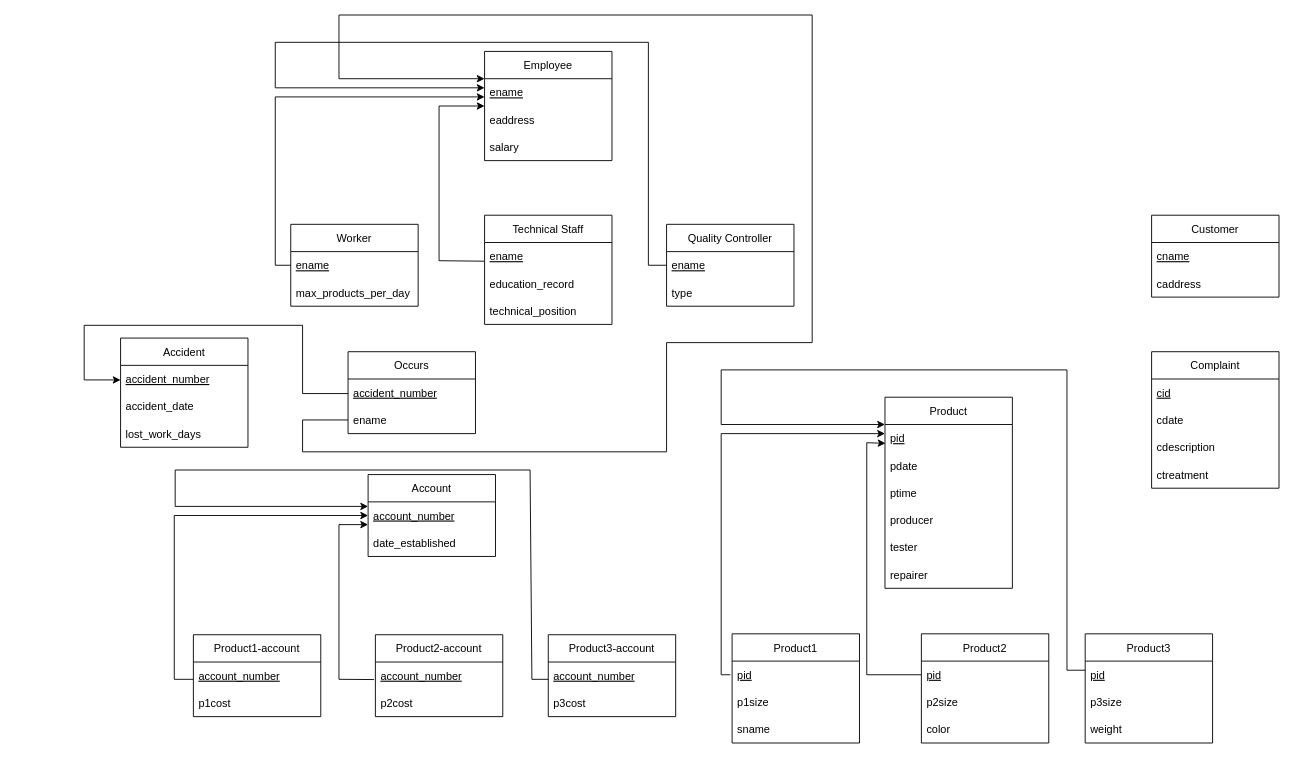
The draw.io diagram schema_diagram.drawio in starrycode/ER-Diagrams, before the edit. Source tidied: cells renumbered, new cells numbered last; positions are measured from the earlier drawing's top-left corner, leaving out a move shared by most shapes. Both pictures are drawn from the tidied source at 91%, with x=0, y=0 at pixel (84, 15).
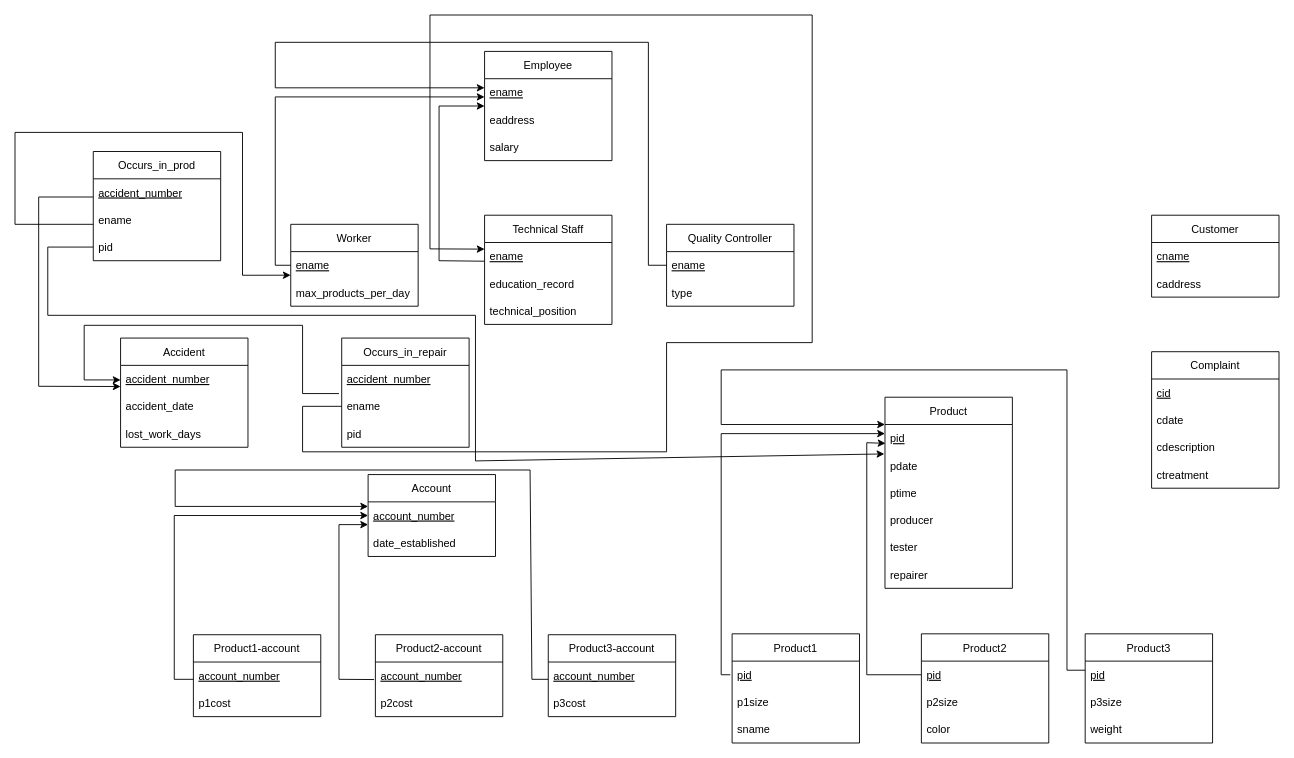
Above is the later version.

Unchanged cells that the change refers to:
```xml
<mxCell id="6" value="ename" style="text;strokeColor=none;fillColor=none;align=left;verticalAlign=middle;spacingLeft=4;spacingRight=4;overflow=hidden;points=[[0,0.5],[1,0.5]];portConstraint=eastwest;fontStyle=4;" parent="5" vertex="1">
  <mxGeometry y="30" width="140" height="30" as="geometry" />
</mxCell>
<mxCell id="14" value="pdate" style="text;strokeColor=none;fillColor=none;align=left;verticalAlign=middle;spacingLeft=4;spacingRight=4;overflow=hidden;points=[[0,0.5],[1,0.5]];portConstraint=eastwest;fontStyle=0;" parent="12" vertex="1">
  <mxGeometry y="60" width="140" height="30" as="geometry" />
</mxCell>
<mxCell id="29" value="accident_date" style="text;strokeColor=none;fillColor=none;align=left;verticalAlign=middle;spacingLeft=4;spacingRight=4;overflow=hidden;points=[[0,0.5],[1,0.5]];portConstraint=eastwest;fontStyle=0;" parent="27" vertex="1">
  <mxGeometry y="60" width="140" height="30" as="geometry" />
</mxCell>
<mxCell id="33" value="ename" style="text;strokeColor=none;fillColor=none;align=left;verticalAlign=middle;spacingLeft=4;spacingRight=4;overflow=hidden;points=[[0,0.5],[1,0.5]];portConstraint=eastwest;fontStyle=0;" parent="31" vertex="1">
  <mxGeometry y="60" width="140" height="30" as="geometry" />
</mxCell>
<mxCell id="48" value="ename" style="text;strokeColor=none;fillColor=none;align=left;verticalAlign=middle;spacingLeft=4;spacingRight=4;overflow=hidden;points=[[0,0.5],[1,0.5]];portConstraint=eastwest;fontStyle=4;" parent="47" vertex="1">
  <mxGeometry y="30" width="140" height="30" as="geometry" />
</mxCell>
```

What changed in the source:
```diff
@@
-    <mxCell id="31" value="Occurs" style="swimlane;fontStyle=0;horizontal=1;startSize=30;" parent="1" vertex="1">
-      <mxGeometry x="290" y="370" width="140" height="90" as="geometry" />
+    <mxCell id="31" value="Occurs_in_repair" style="swimlane;fontStyle=0;horizontal=1;startSize=30;" parent="1" vertex="1">
+      <mxGeometry x="283" y="355" width="140" height="120" as="geometry" />
     </mxCell>
@@
+    <mxCell id="73" value="pid" style="text;strokeColor=none;fillColor=none;align=left;verticalAlign=middle;spacingLeft=4;spacingRight=4;overflow=hidden;fontStyle=0;" parent="31" vertex="1">
+      <mxGeometry y="90" width="140" height="30" as="geometry" />
+    </mxCell>
@@
-    <mxCell id="65" style="endArrow=classic;html=1;rounded=0;exitX=0;exitY=0.5;exitDx=0;exitDy=0;" parent="1" edge="1">
+    <mxCell id="65" style="endArrow=classic;html=1;rounded=0;" parent="1" edge="1">
       <mxGeometry relative="1" as="geometry">
-        <mxPoint x="290" y="416" as="sourcePoint" />
+        <mxPoint x="280" y="416" as="sourcePoint" />
         <mxPoint x="40" y="401" as="targetPoint" />
         <Array as="points">
           <mxPoint x="240" y="416" />
           <mxPoint x="240" y="341" />
           <mxPoint y="341" />
           <mxPoint y="401" />
         </Array>
       </mxGeometry>
     </mxCell>
@@
-    <mxCell id="72" style="endArrow=classic;html=1;rounded=0;exitX=0;exitY=0.5;exitDx=0;exitDy=0;entryX=0;entryY=0;entryDx=0;entryDy=0;entryPerimeter=0;" parent="1" edge="1" source="33" target="6">
+    <mxCell id="72" style="endArrow=classic;html=1;rounded=0;exitX=0;exitY=0.5;exitDx=0;exitDy=0;entryX=0;entryY=0.242;entryDx=0;entryDy=0;entryPerimeter=0;" parent="1" edge="1" source="33" target="48">
       <mxGeometry relative="1" as="geometry">
         <Array as="points">
-          <mxPoint x="240" y="445" />
+          <mxPoint x="240" y="430" />
           <mxPoint x="240" y="480" />
           <mxPoint x="640" y="480" />
           <mxPoint x="640" y="360" />
           <mxPoint x="800" y="360" />
           <mxPoint x="800" />
-          <mxPoint x="280" />
-          <mxPoint x="280" y="70" />
+          <mxPoint x="380" />
+          <mxPoint x="380" y="257" />
         </Array>
       </mxGeometry>
     </mxCell>
+    <mxCell id="74" value="Occurs_in_prod" style="swimlane;fontStyle=0;horizontal=1;startSize=30;" parent="1" vertex="1">
+      <mxGeometry x="10" y="150" width="140" height="120" as="geometry" />
+    </mxCell>
+    <mxCell id="75" value="accident_number" style="text;strokeColor=none;fillColor=none;align=left;verticalAlign=middle;spacingLeft=4;spacingRight=4;overflow=hidden;fontStyle=4;" parent="74" vertex="1">
+      <mxGeometry y="30" width="140" height="30" as="geometry" />
+    </mxCell>
+    <mxCell id="76" value="ename" style="text;strokeColor=none;fillColor=none;align=left;verticalAlign=middle;spacingLeft=4;spacingRight=4;overflow=hidden;fontStyle=0;" parent="74" vertex="1">
+      <mxGeometry y="60" width="140" height="30" as="geometry" />
+    </mxCell>
+    <mxCell id="77" value="pid" style="text;strokeColor=none;fillColor=none;align=left;verticalAlign=middle;spacingLeft=4;spacingRight=4;overflow=hidden;points=[[0,0.5],[1,0.5]];portConstraint=eastwest;fontStyle=0;" parent="74" vertex="1">
+      <mxGeometry y="90" width="140" height="30" as="geometry" />
+    </mxCell>
+    <mxCell id="78" style="endArrow=classic;html=1;rounded=0;entryX=0;entryY=-0.225;entryDx=0;entryDy=0;entryPerimeter=0;" parent="1" edge="1" target="29">
+      <mxGeometry relative="1" as="geometry">
+        <mxPoint x="10" y="200" as="sourcePoint" />
+        <Array as="points">
+          <mxPoint x="-50" y="200" />
+          <mxPoint x="-50" y="408" />
+        </Array>
+      </mxGeometry>
+    </mxCell>
+    <mxCell id="79" style="endArrow=classic;html=1;rounded=0;entryX=-0.029;entryY=-0.105;entryDx=0;entryDy=0;entryPerimeter=0;" parent="1" edge="1">
+      <mxGeometry relative="1" as="geometry">
+        <mxPoint x="10" y="230" as="sourcePoint" />
+        <mxPoint x="226.9" y="285.9" as="targetPoint" />
+        <Array as="points">
+          <mxPoint x="-76" y="230" />
+          <mxPoint x="-76" y="129" />
+          <mxPoint x="174" y="129" />
+          <mxPoint x="174" y="286" />
+        </Array>
+      </mxGeometry>
+    </mxCell>
+    <mxCell id="80" style="endArrow=classic;html=1;rounded=0;exitX=0;exitY=0.5;exitDx=0;exitDy=0;entryX=-0.005;entryY=0.077;entryDx=0;entryDy=0;entryPerimeter=0;" parent="1" edge="1" source="77" target="14">
+      <mxGeometry relative="1" as="geometry">
+        <Array as="points">
+          <mxPoint x="-40" y="255" />
+          <mxPoint x="-40" y="330" />
+          <mxPoint x="430" y="330" />
+          <mxPoint x="430" y="490" />
+        </Array>
+      </mxGeometry>
+    </mxCell>
```
